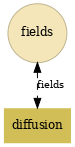
Before: crates/spatio-flux/out/diffusion_process.png, a diagram exported from Graphviz (prismofeverything/prism). Its source is kept beside it as crates/spatio-flux/out/diffusion_process.dot. Source of this version:
```dot
digraph {
    rankdir=TB;
    size="16,10";
    dpi=70;
    splines=true;

    state_fields [shape=circle, style=filled, fillcolor="#F4E6B8", color="#beb38f", penwidth=1, label="fields", fontsize=12];

    proc_diffusion [shape=box, style=filled, fillcolor="#D1BE56", color="#D1BE56", penwidth=0, label="diffusion", fontsize=12];

    state_fields -> proc_diffusion [style=dashed, penwidth=1, dir=both, label="fields", fontsize=10];

}
```
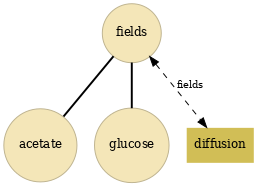
The same file after the commit.

The edit, as a diff of the source:
```diff
@@ -5,9 +5,13 @@
     splines=true;
 
     state_fields [shape=circle, style=filled, fillcolor="#F4E6B8", color="#beb38f", penwidth=1, label="fields", fontsize=12];
+    state_fields__acetate [shape=circle, style=filled, fillcolor="#F4E6B8", color="#beb38f", penwidth=1, label="acetate", fontsize=12];
+    state_fields__glucose [shape=circle, style=filled, fillcolor="#F4E6B8", color="#beb38f", penwidth=1, label="glucose", fontsize=12];
 
     proc_diffusion [shape=box, style=filled, fillcolor="#D1BE56", color="#D1BE56", penwidth=0, label="diffusion", fontsize=12];
 
     state_fields -> proc_diffusion [style=dashed, penwidth=1, dir=both, label="fields", fontsize=10];
 
+    state_fields -> state_fields__acetate [arrowhead=none, penwidth=2];
+    state_fields -> state_fields__glucose [arrowhead=none, penwidth=2];
 }
```
